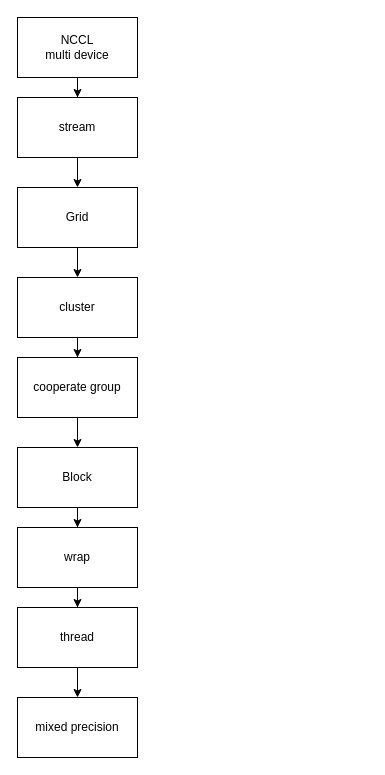
Earlier version of the draw.io diagram cuda.drawio (mrzhuzhe/riven). Source tidied: cells renumbered, new cells numbered last; positions are measured from the earlier drawing's top-left corner, leaving out a move shared by most shapes. Both pictures are drawn from the tidied source at 100%, with x=0, y=0 at pixel (17, 17).
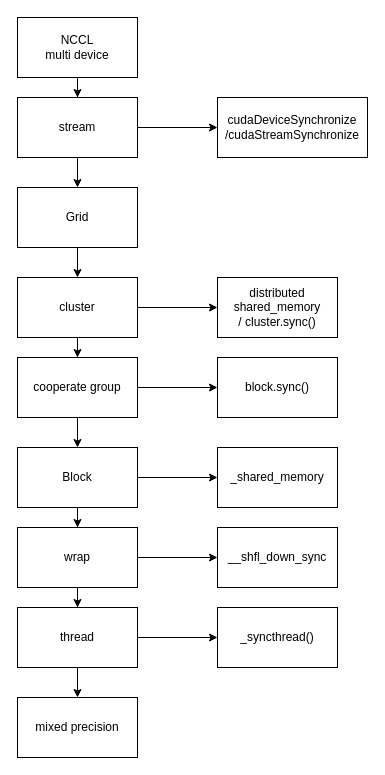
Above is the later version.

The change refers to these unchanged cells:
```xml
<mxCell id="5" value="stream" style="whiteSpace=wrap;html=1;rounded=0;" parent="1" vertex="1">
  <mxGeometry y="80" width="120" height="60" as="geometry" />
</mxCell>
<mxCell id="9" value="cluster" style="whiteSpace=wrap;html=1;rounded=0;" parent="1" vertex="1">
  <mxGeometry y="260" width="120" height="60" as="geometry" />
</mxCell>
<mxCell id="11" value="cooperate group" style="whiteSpace=wrap;html=1;rounded=0;" parent="1" vertex="1">
  <mxGeometry y="340" width="120" height="60" as="geometry" />
</mxCell>
<mxCell id="13" value="Block" style="whiteSpace=wrap;html=1;rounded=0;" parent="1" vertex="1">
  <mxGeometry y="430" width="120" height="60" as="geometry" />
</mxCell>
<mxCell id="15" value="wrap" style="whiteSpace=wrap;html=1;rounded=0;" parent="1" vertex="1">
  <mxGeometry y="510" width="120" height="60" as="geometry" />
</mxCell>
<mxCell id="17" value="thread" style="whiteSpace=wrap;html=1;rounded=0;" parent="1" vertex="1">
  <mxGeometry y="590" width="120" height="60" as="geometry" />
</mxCell>
```

The edit, as a diff of the source:
```diff
@@
+    <mxCell id="19" style="edgeStyle=orthogonalEdgeStyle;rounded=0;jettySize=auto;html=1;" parent="1" edge="1" source="5" target="29">
+      <mxGeometry relative="1" as="geometry" />
+    </mxCell>
@@
+    <mxCell id="20" style="edgeStyle=orthogonalEdgeStyle;rounded=0;jettySize=auto;html=1;" parent="1" edge="1" source="9" target="28">
+      <mxGeometry relative="1" as="geometry" />
+    </mxCell>
@@
+    <mxCell id="21" style="edgeStyle=orthogonalEdgeStyle;rounded=0;jettySize=auto;html=1;" parent="1" edge="1" source="11" target="27">
+      <mxGeometry relative="1" as="geometry" />
+    </mxCell>
@@
+    <mxCell id="22" style="edgeStyle=orthogonalEdgeStyle;rounded=0;jettySize=auto;html=1;" parent="1" edge="1" source="13" target="26">
+      <mxGeometry relative="1" as="geometry" />
+    </mxCell>
@@
+    <mxCell id="23" style="edgeStyle=orthogonalEdgeStyle;rounded=0;jettySize=auto;html=1;" parent="1" edge="1" source="15" target="30">
+      <mxGeometry relative="1" as="geometry" />
+    </mxCell>
@@
+    <mxCell id="24" style="edgeStyle=orthogonalEdgeStyle;rounded=0;jettySize=auto;html=1;" parent="1" edge="1" source="17" target="25">
+      <mxGeometry relative="1" as="geometry" />
+    </mxCell>
@@
+    <mxCell id="25" value="_syncthread()" style="whiteSpace=wrap;html=1;rounded=0;" parent="1" vertex="1">
+      <mxGeometry x="200" y="590" width="120" height="60" as="geometry" />
+    </mxCell>
+    <mxCell id="26" value="_shared_memory" style="whiteSpace=wrap;html=1;rounded=0;" parent="1" vertex="1">
+      <mxGeometry x="200" y="430" width="120" height="60" as="geometry" />
+    </mxCell>
+    <mxCell id="27" value="block.sync()" style="whiteSpace=wrap;html=1;rounded=0;" parent="1" vertex="1">
+      <mxGeometry x="200" y="340" width="120" height="60" as="geometry" />
+    </mxCell>
+    <mxCell id="28" value="distributed&lt;br&gt;shared_memory&lt;br&gt;/&amp;nbsp;cluster.sync()" style="whiteSpace=wrap;html=1;rounded=0;" parent="1" vertex="1">
+      <mxGeometry x="200" y="260" width="120" height="60" as="geometry" />
+    </mxCell>
+    <mxCell id="29" value="cudaDeviceSynchronize&lt;br&gt;/cudaStreamSynchronize" style="whiteSpace=wrap;html=1;rounded=0;" parent="1" vertex="1">
+      <mxGeometry x="200" y="80" width="150" height="60" as="geometry" />
+    </mxCell>
+    <mxCell id="30" value="__shfl_down_sync" style="whiteSpace=wrap;html=1;rounded=0;" parent="1" vertex="1">
+      <mxGeometry x="200" y="510" width="120" height="60" as="geometry" />
+    </mxCell>
```
